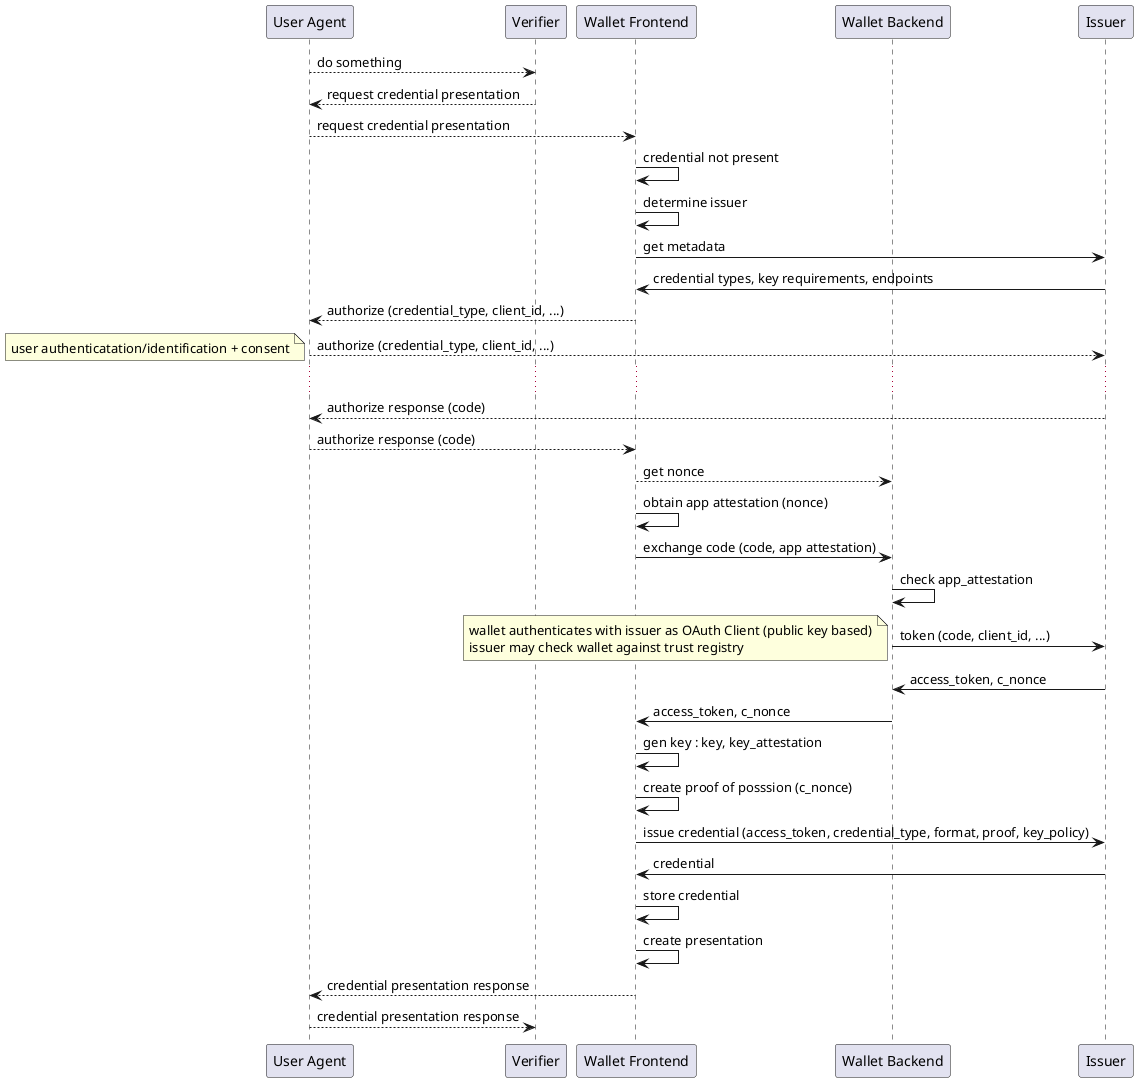
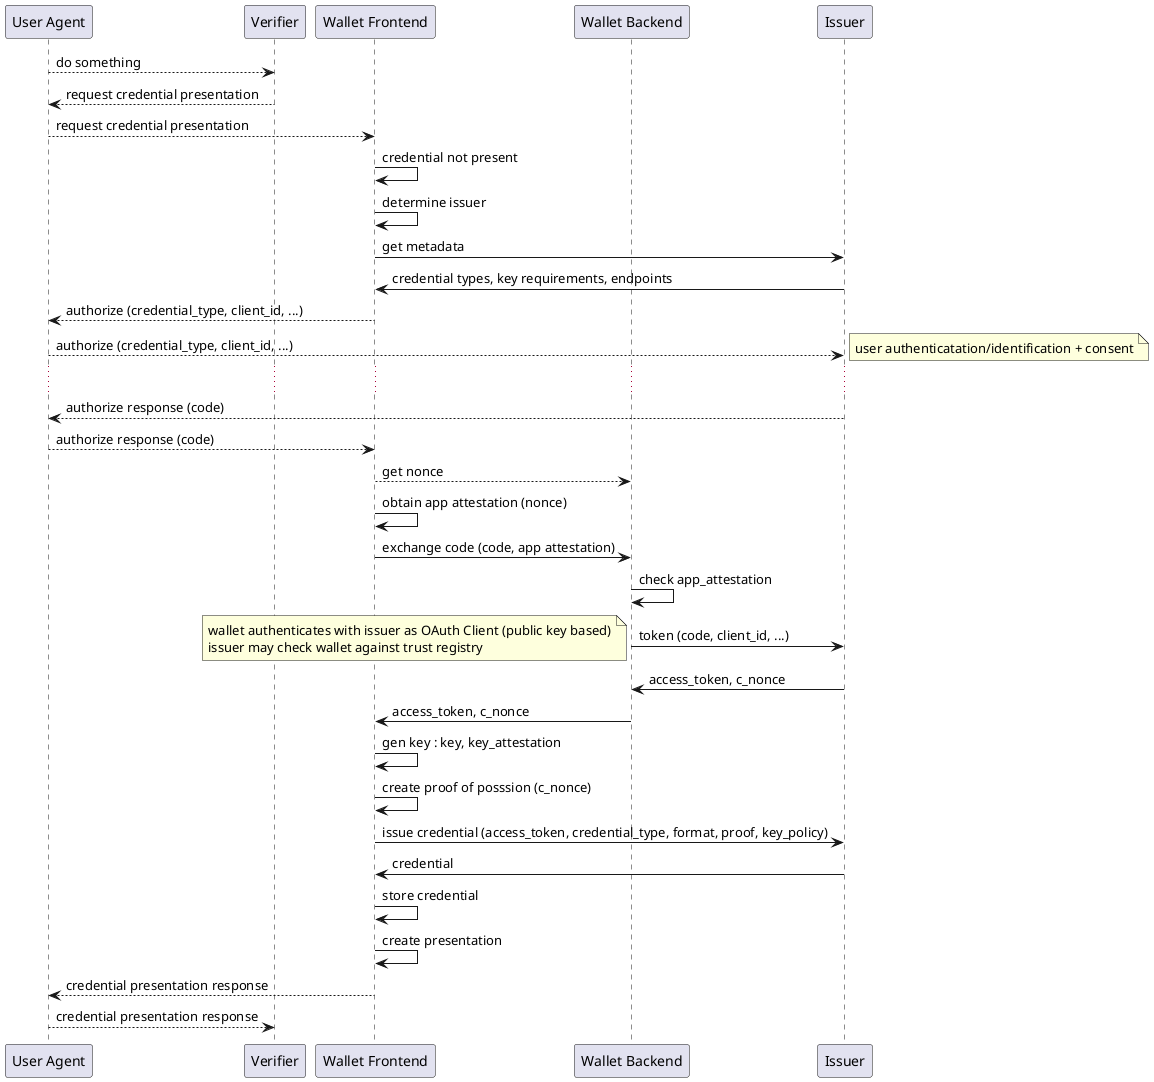
@startuml
participant "User Agent" as u
participant Verifier as v
participant "Wallet Frontend" as w
participant "Wallet Backend" as b
participant Issuer as i

u --> v : do something
v --> u : request credential presentation
u --> w : request credential presentation
w -> w : credential not present
w -> w : determine issuer
w -> i: get metadata
i -> w: credential types, key requirements, endpoints
w --> u : authorize (credential_type, client_id, ...)
u --> i: authorize (credential_type, client_id, ...)
...
- note left: user authenticatation/identification + consent
+ note right: user authenticatation/identification + consent
i --> u : authorize response (code)
u --> w: authorize response (code)
w --> b: get nonce
w -> w : obtain app attestation (nonce)
w -> b : exchange code (code, app attestation)
b -> b : check app_attestation
b -> i : token (code, client_id, ...)
note left: wallet authenticates with issuer as OAuth Client (public key based)\nissuer may check wallet against trust registry
i -> b : access_token, c_nonce
b -> w: access_token, c_nonce
w -> w : gen key : key, key_attestation
w -> w : create proof of posssion (c_nonce)
w -> i : issue credential (access_token, credential_type, format, proof, key_policy)
i -> w : credential
w -> w: store credential
w -> w: create presentation
w --> u: credential presentation response
u --> v: credential presentation response
@enduml